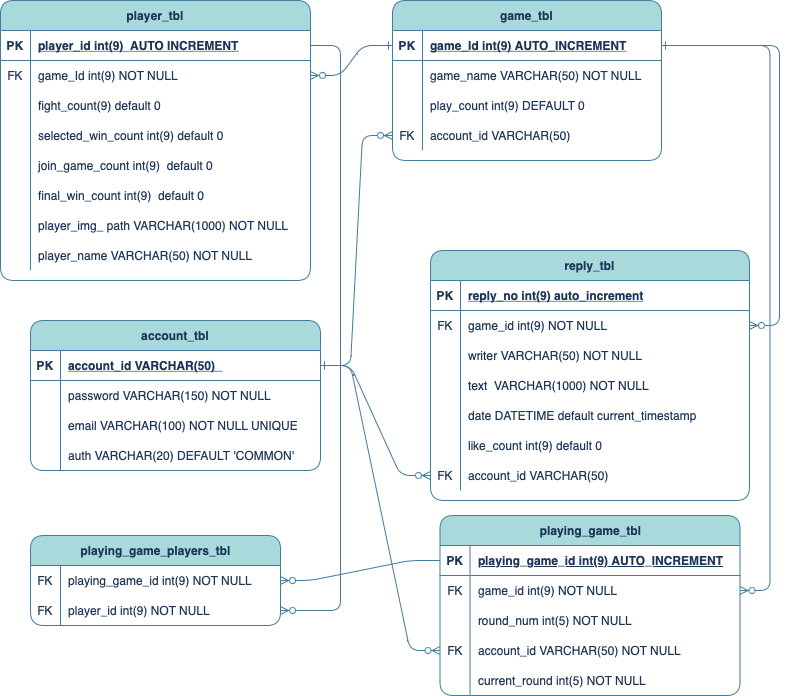
This is diagram/erd.png from java-4th-team-project-2023/world-cup, a draw.io export, as it was before one commit. Source tidied: cells renumbered, new cells last; positions are measured from the earlier drawing's top-left corner, leaving out a move shared by most shapes.
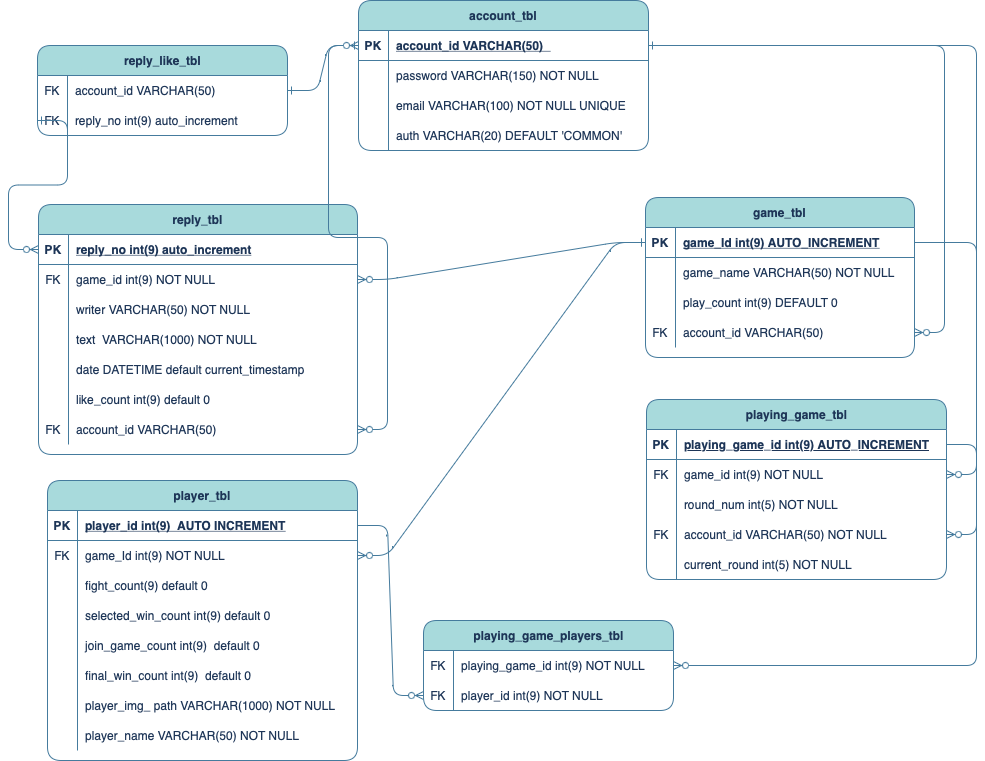
After the change.

Diff of the diagram source:
```diff
@@ -3,7 +3,7 @@
     <mxCell id="0" />
     <mxCell id="1" parent="0" />
     <mxCell id="2" value="game_tbl" style="shape=table;startSize=30;rowLines=0;fontStyle=1;align=center;rounded=1;labelBackgroundColor=none;fillColor=#A8DADC;strokeColor=#457B9D;fontColor=#1D3557;" parent="1" vertex="1">
-      <mxGeometry x="392" width="269" height="160" as="geometry" />
+      <mxGeometry x="614" y="-387" width="269" height="160" as="geometry" />
     </mxCell>
     <mxCell id="3" style="shape=partialRectangle;fillColor=none;points=[[0,0.5],[1,0.5]];portConstraint=eastwest;top=0;left=0;right=0;bottom=1;rounded=1;labelBackgroundColor=none;strokeColor=#457B9D;fontColor=#1D3557;" parent="2" vertex="1">
       <mxGeometry y="30" width="269" height="30" as="geometry" />
@@ -42,7 +42,7 @@
       <mxGeometry x="30" width="239" height="30" as="geometry" />
     </mxCell>
     <mxCell id="15" value="reply_tbl" style="shape=table;startSize=30;rowLines=0;fontStyle=1;align=center;rounded=1;labelBackgroundColor=none;fillColor=#A8DADC;strokeColor=#457B9D;fontColor=#1D3557;" parent="1" vertex="1">
-      <mxGeometry x="430" y="250" width="319" height="250" as="geometry" />
+      <mxGeometry x="7" y="-380" width="319" height="250" as="geometry" />
     </mxCell>
     <mxCell id="16" style="shape=partialRectangle;fillColor=none;points=[[0,0.5],[1,0.5]];portConstraint=eastwest;top=0;left=0;right=0;bottom=1;rounded=1;labelBackgroundColor=none;strokeColor=#457B9D;fontColor=#1D3557;" parent="15" vertex="1">
       <mxGeometry y="30" width="319" height="30" as="geometry" />
@@ -108,7 +108,7 @@
       <mxGeometry x="30" width="289" height="30" as="geometry" />
     </mxCell>
     <mxCell id="37" value="player_tbl" style="shape=table;startSize=30;rowLines=0;fontStyle=1;align=center;rounded=1;labelBackgroundColor=none;fillColor=#A8DADC;strokeColor=#457B9D;fontColor=#1D3557;" parent="1" vertex="1">
-      <mxGeometry width="310" height="280" as="geometry" />
+      <mxGeometry x="16" y="-104" width="310" height="280" as="geometry" />
     </mxCell>
     <mxCell id="38" style="shape=partialRectangle;fillColor=none;points=[[0,0.5],[1,0.5]];portConstraint=eastwest;top=0;left=0;right=0;bottom=1;rounded=1;labelBackgroundColor=none;strokeColor=#457B9D;fontColor=#1D3557;" parent="37" vertex="1">
       <mxGeometry y="30" width="310" height="30" as="geometry" />
@@ -183,7 +183,7 @@
       <mxGeometry x="30" width="280" height="30" as="geometry" />
     </mxCell>
     <mxCell id="62" value="account_tbl" style="shape=table;startSize=30;rowLines=0;fontStyle=1;align=center;rounded=1;labelBackgroundColor=none;fillColor=#A8DADC;strokeColor=#457B9D;fontColor=#1D3557;" parent="1" vertex="1">
-      <mxGeometry x="30" y="320" width="290" height="150" as="geometry" />
+      <mxGeometry x="327" y="-584" width="290" height="150" as="geometry" />
     </mxCell>
     <mxCell id="63" style="shape=partialRectangle;fillColor=none;points=[[0,0.5],[1,0.5]];portConstraint=eastwest;top=0;left=0;right=0;bottom=1;rounded=1;labelBackgroundColor=none;strokeColor=#457B9D;fontColor=#1D3557;" parent="62" vertex="1">
       <mxGeometry y="30" width="290" height="30" as="geometry" />
@@ -224,17 +224,17 @@
     <mxCell id="75" style="edgeStyle=entityRelationEdgeStyle;endArrow=ERzeroToMany;startArrow=ERone;endFill=1;startFill=0;entryX=1;entryY=0.5;entryDx=0;entryDy=0;exitX=0;exitY=0.5;exitDx=0;exitDy=0;rounded=1;labelBackgroundColor=none;strokeColor=#457B9D;fontColor=default;" parent="1" edge="1" source="3" target="41">
       <mxGeometry relative="1" as="geometry" />
     </mxCell>
-    <mxCell id="76" style="edgeStyle=entityRelationEdgeStyle;endArrow=ERzeroToMany;startArrow=ERone;endFill=1;startFill=0;exitX=1;exitY=0.5;exitDx=0;exitDy=0;entryX=0;entryY=0.5;entryDx=0;entryDy=0;rounded=1;labelBackgroundColor=none;strokeColor=#457B9D;fontColor=default;" parent="1" edge="1" source="63" target="12">
+    <mxCell id="76" style="edgeStyle=entityRelationEdgeStyle;endArrow=ERzeroToMany;startArrow=ERone;endFill=1;startFill=0;exitX=1;exitY=0.5;exitDx=0;exitDy=0;rounded=1;labelBackgroundColor=none;strokeColor=#457B9D;fontColor=default;" parent="1" edge="1" source="63" target="12">
       <mxGeometry relative="1" as="geometry" />
     </mxCell>
-    <mxCell id="77" style="edgeStyle=entityRelationEdgeStyle;endArrow=ERzeroToMany;startArrow=ERone;endFill=1;startFill=0;exitX=1;exitY=0.5;exitDx=0;exitDy=0;rounded=1;labelBackgroundColor=none;strokeColor=#457B9D;fontColor=default;" parent="1" edge="1" source="3" target="19">
+    <mxCell id="77" style="edgeStyle=entityRelationEdgeStyle;endArrow=ERzeroToMany;startArrow=ERone;endFill=1;startFill=0;rounded=1;labelBackgroundColor=none;strokeColor=#457B9D;fontColor=default;" parent="1" edge="1" source="3" target="19">
       <mxGeometry relative="1" as="geometry" />
     </mxCell>
-    <mxCell id="78" style="edgeStyle=entityRelationEdgeStyle;endArrow=ERzeroToMany;startArrow=ERone;endFill=1;startFill=0;exitX=1;exitY=0.5;exitDx=0;exitDy=0;entryX=0;entryY=0.5;entryDx=0;entryDy=0;rounded=1;labelBackgroundColor=none;strokeColor=#457B9D;fontColor=default;" parent="1" edge="1" source="63" target="34">
+    <mxCell id="78" style="edgeStyle=entityRelationEdgeStyle;endArrow=ERzeroToMany;startArrow=ERone;endFill=1;startFill=0;exitX=0;exitY=0.5;exitDx=0;exitDy=0;rounded=1;labelBackgroundColor=none;strokeColor=#457B9D;fontColor=default;" parent="1" edge="1" source="63" target="34">
       <mxGeometry relative="1" as="geometry" />
     </mxCell>
     <mxCell id="79" value="playing_game_tbl" style="shape=table;startSize=30;rowLines=0;fontStyle=1;align=center;html=1;rounded=1;labelBackgroundColor=none;fillColor=#A8DADC;strokeColor=#457B9D;fontColor=#1D3557;" parent="1" vertex="1">
-      <mxGeometry x="439.5" y="515" width="300" height="180" as="geometry" />
+      <mxGeometry x="615" y="-185" width="300" height="180" as="geometry" />
     </mxCell>
     <mxCell id="80" style="shape=tableRow;horizontal=0;startSize=0;swimlaneHead=0;swimlaneBody=0;fillColor=none;points=[[0,0.5],[1,0.5]];portConstraint=eastwest;top=0;left=0;right=0;bottom=1;rounded=1;labelBackgroundColor=none;strokeColor=#457B9D;fontColor=#1D3557;" parent="79" vertex="1">
       <mxGeometry y="30" width="300" height="30" as="geometry" />
@@ -281,18 +281,14 @@
     <mxCell id="94" value="current_round int(5) NOT NULL" style="shape=partialRectangle;fillColor=none;top=0;left=0;bottom=0;right=0;align=left;spacingLeft=6;overflow=hidden;whiteSpace=wrap;html=1;rounded=1;labelBackgroundColor=none;strokeColor=#457B9D;fontColor=#1D3557;" parent="92" vertex="1">
       <mxGeometry x="30" width="270" height="30" as="geometry" />
     </mxCell>
-    <mxCell id="95" style="edgeStyle=entityRelationEdgeStyle;fontSize=12;html=1;endArrow=ERzeroToMany;endFill=1;rounded=1;labelBackgroundColor=none;strokeColor=#457B9D;fontColor=default;" parent="1" edge="1" target="83">
-      <mxGeometry relative="1" as="geometry">
-        <mxPoint x="661" y="45" as="sourcePoint" />
-      </mxGeometry>
+    <mxCell id="95" style="edgeStyle=entityRelationEdgeStyle;fontSize=12;html=1;endArrow=ERzeroToMany;endFill=1;rounded=1;labelBackgroundColor=none;strokeColor=#457B9D;fontColor=default;" parent="1" edge="1" source="3" target="83">
+      <mxGeometry relative="1" as="geometry" />
     </mxCell>
-    <mxCell id="96" style="edgeStyle=entityRelationEdgeStyle;fontSize=12;html=1;endArrow=ERzeroToMany;endFill=1;rounded=1;labelBackgroundColor=none;strokeColor=#457B9D;fontColor=default;" parent="1" edge="1" target="89">
-      <mxGeometry relative="1" as="geometry">
-        <mxPoint x="320" y="365" as="sourcePoint" />
-      </mxGeometry>
+    <mxCell id="96" style="edgeStyle=entityRelationEdgeStyle;fontSize=12;html=1;endArrow=ERzeroToMany;endFill=1;rounded=1;labelBackgroundColor=none;strokeColor=#457B9D;fontColor=default;exitX=1;exitY=0.5;exitDx=0;exitDy=0;" parent="1" edge="1" source="63" target="89">
+      <mxGeometry relative="1" as="geometry" />
     </mxCell>
     <mxCell id="97" value="playing_game_players_tbl" style="shape=table;startSize=30;rowLines=0;fontStyle=1;align=center;html=1;rounded=1;labelBackgroundColor=none;fillColor=#A8DADC;strokeColor=#457B9D;fontColor=#1D3557;" parent="1" vertex="1">
-      <mxGeometry x="30" y="535" width="250" height="90" as="geometry" />
+      <mxGeometry x="392" y="36" width="250" height="90" as="geometry" />
     </mxCell>
     <mxCell id="98" style="shape=tableRow;horizontal=0;startSize=0;swimlaneHead=0;swimlaneBody=0;fillColor=none;points=[[0,0.5],[1,0.5]];portConstraint=eastwest;top=0;left=0;right=0;bottom=0;rounded=1;labelBackgroundColor=none;strokeColor=#457B9D;fontColor=#1D3557;" parent="97" vertex="1">
       <mxGeometry y="30" width="250" height="30" as="geometry" />
@@ -318,5 +314,32 @@
     <mxCell id="105" style="edgeStyle=entityRelationEdgeStyle;fontSize=12;html=1;endArrow=ERzeroToMany;endFill=1;rounded=1;labelBackgroundColor=none;strokeColor=#457B9D;fontColor=default;" parent="1" edge="1" source="38" target="101">
       <mxGeometry relative="1" as="geometry" />
     </mxCell>
+    <mxCell id="106" value="reply_like_tbl" style="shape=table;startSize=30;rowLines=0;fontStyle=1;align=center;html=1;rounded=1;labelBackgroundColor=none;fillColor=#A8DADC;strokeColor=#457B9D;fontColor=#1D3557;" parent="1" vertex="1">
+      <mxGeometry x="6" y="-539" width="250" height="90" as="geometry" />
+    </mxCell>
+    <mxCell id="107" style="shape=tableRow;horizontal=0;startSize=0;swimlaneHead=0;swimlaneBody=0;fillColor=none;points=[[0,0.5],[1,0.5]];portConstraint=eastwest;top=0;left=0;right=0;bottom=0;rounded=1;labelBackgroundColor=none;strokeColor=#457B9D;fontColor=#1D3557;" parent="106" vertex="1">
+      <mxGeometry y="30" width="250" height="30" as="geometry" />
+    </mxCell>
+    <mxCell id="108" value="FK" style="shape=partialRectangle;fillColor=none;top=0;left=0;bottom=0;right=0;overflow=hidden;whiteSpace=wrap;html=1;rounded=1;labelBackgroundColor=none;strokeColor=#457B9D;fontColor=#1D3557;" parent="107" vertex="1">
+      <mxGeometry width="30" height="30" as="geometry" />
+    </mxCell>
+    <mxCell id="109" value="account_id VARCHAR(50) &amp;nbsp;" style="shape=partialRectangle;fillColor=none;top=0;left=0;bottom=0;right=0;align=left;spacingLeft=6;overflow=hidden;whiteSpace=wrap;html=1;rounded=1;labelBackgroundColor=none;strokeColor=#457B9D;fontColor=#1D3557;" parent="107" vertex="1">
+      <mxGeometry x="30" width="220" height="30" as="geometry" />
+    </mxCell>
+    <mxCell id="110" style="shape=tableRow;horizontal=0;startSize=0;swimlaneHead=0;swimlaneBody=0;fillColor=none;points=[[0,0.5],[1,0.5]];portConstraint=eastwest;top=0;left=0;right=0;bottom=0;rounded=1;labelBackgroundColor=none;strokeColor=#457B9D;fontColor=#1D3557;" parent="106" vertex="1">
+      <mxGeometry y="60" width="250" height="30" as="geometry" />
+    </mxCell>
+    <mxCell id="111" value="FK" style="shape=partialRectangle;fillColor=none;top=0;left=0;bottom=0;right=0;overflow=hidden;whiteSpace=wrap;html=1;rounded=1;labelBackgroundColor=none;strokeColor=#457B9D;fontColor=#1D3557;" parent="110" vertex="1">
+      <mxGeometry width="30" height="30" as="geometry" />
+    </mxCell>
+    <mxCell id="112" value="reply_no int(9) auto_increment" style="shape=partialRectangle;fillColor=none;top=0;left=0;bottom=0;right=0;align=left;spacingLeft=6;overflow=hidden;whiteSpace=wrap;html=1;rounded=1;labelBackgroundColor=none;strokeColor=#457B9D;fontColor=#1D3557;" parent="110" vertex="1">
+      <mxGeometry x="30" width="220" height="30" as="geometry" />
+    </mxCell>
+    <mxCell id="113" style="edgeStyle=entityRelationEdgeStyle;endArrow=ERzeroToMany;startArrow=ERone;endFill=1;startFill=0;exitX=1;exitY=0.5;exitDx=0;exitDy=0;rounded=1;labelBackgroundColor=none;strokeColor=#457B9D;fontColor=default;entryX=0;entryY=0.5;entryDx=0;entryDy=0;" parent="1" edge="1" source="107" target="63">
+      <mxGeometry relative="1" as="geometry" />
+    </mxCell>
+    <mxCell id="114" style="edgeStyle=entityRelationEdgeStyle;endArrow=ERzeroToMany;startArrow=ERone;endFill=1;startFill=0;exitX=0;exitY=0.5;exitDx=0;exitDy=0;rounded=1;labelBackgroundColor=none;strokeColor=#457B9D;fontColor=default;entryX=0;entryY=0.5;entryDx=0;entryDy=0;" parent="1" edge="1" source="110" target="16">
+      <mxGeometry relative="1" as="geometry" />
+    </mxCell>
   </root>
 </mxGraphModel>
```
